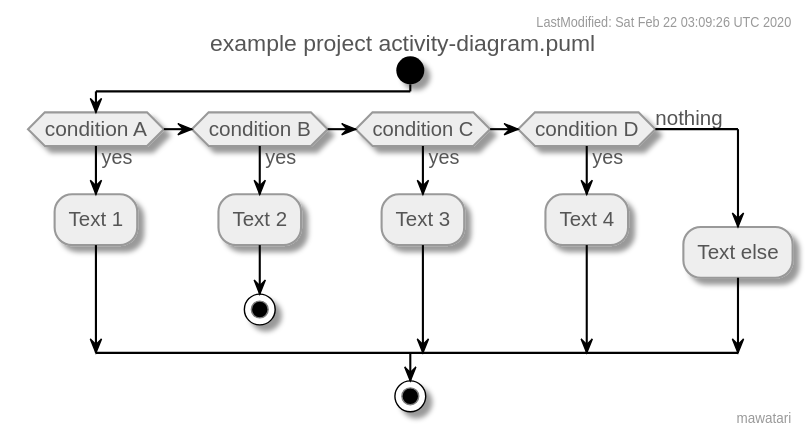
Earlier version of the PlantUML export activity-diagram.svg (mawatari/example-project-uml).
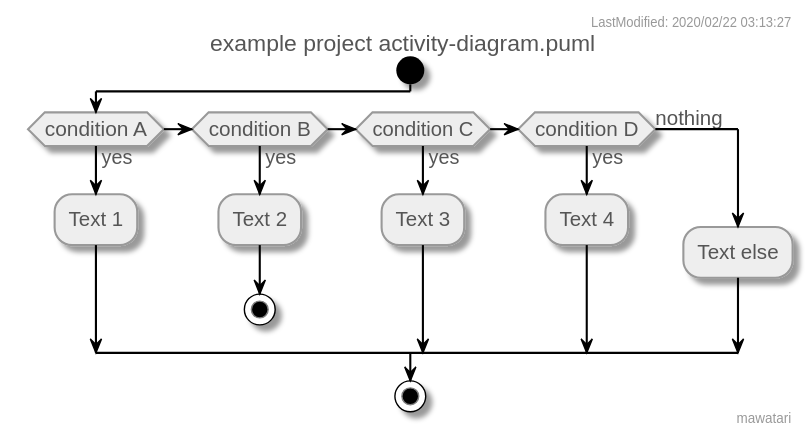
After the commit.

Commit message:
Automatically generated PlantUML images.

Diff of the diagram source:
```diff
@@ -1,6 +1,6 @@
 @startuml
 
-right header LastModified: Sat Feb 22 03:09:26 UTC 2020
+right header LastModified: 2020/02/22 03:13:27
 right footer mawatari
 title example project activity-diagram.puml
 skinparam {
```
